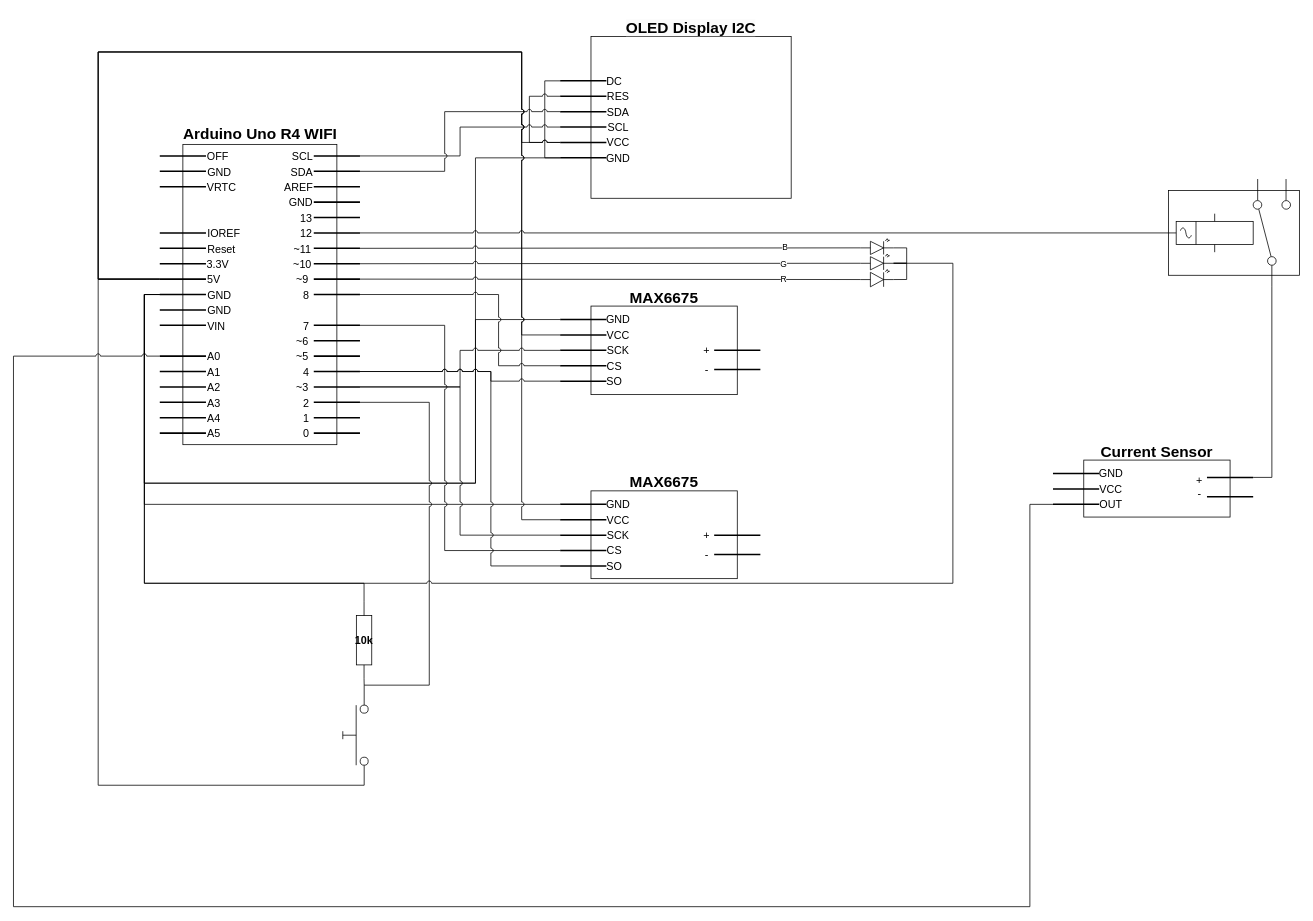
The draw.io diagram HaySteamerCircuitDiagram.drawio in RoadRunner-2/HaySteamerTemperatureControl, before the edit. Source tidied: cells renumbered, new cells numbered last; positions are measured from the earlier drawing's top-left corner, leaving out a move shared by most shapes. Both pictures are drawn from the tidied source at 77%, with x=0, y=0 at pixel (13, 13).
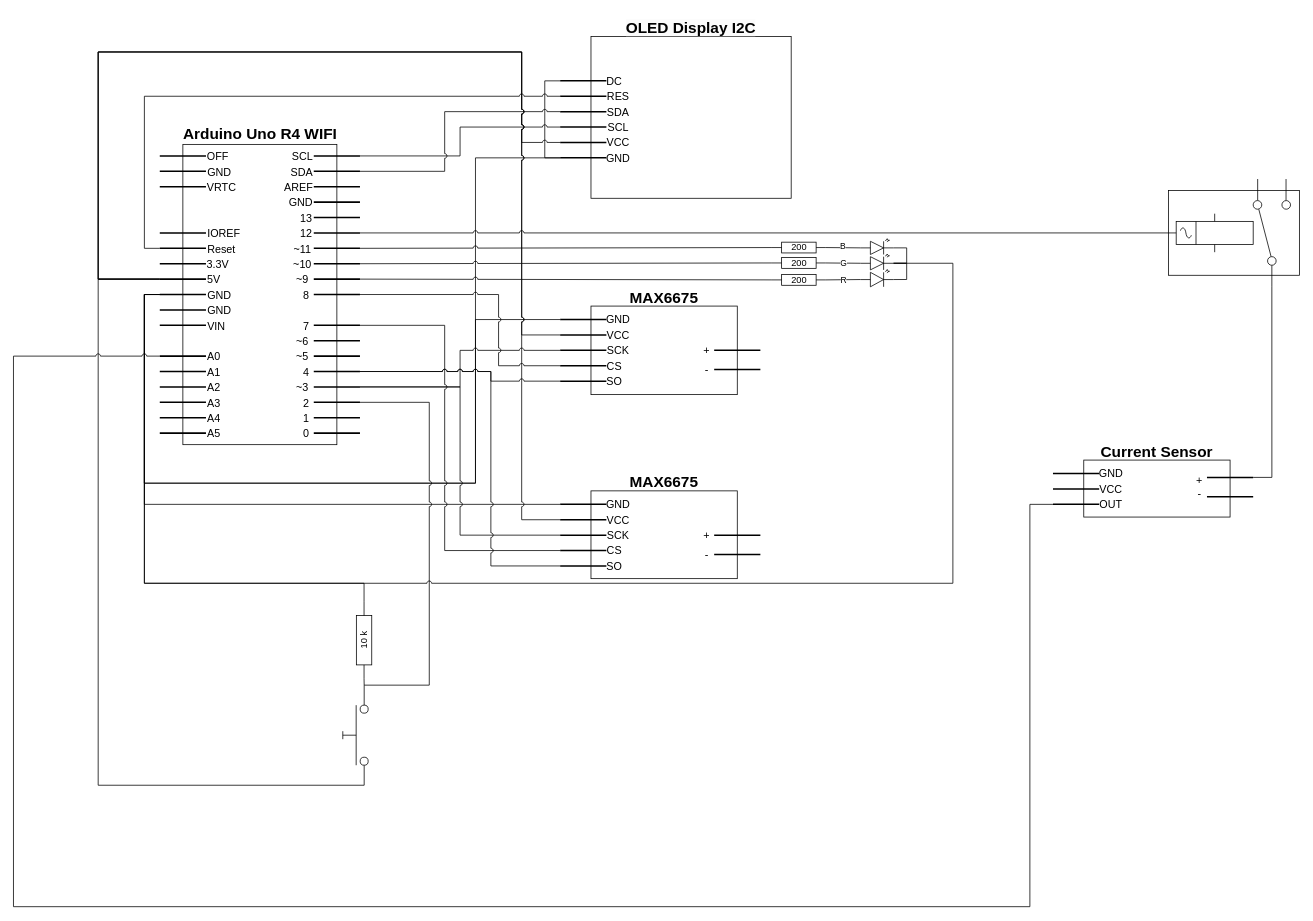
The same diagram, later.

Commit message:
add resistors for rgb led

The change refers to these unchanged cells:
```xml
<mxCell id="16" style="line;strokeWidth=2;html=1;" parent="3" vertex="1">
  <mxGeometry y="130" width="60" height="10" as="geometry" />
</mxCell>
<mxCell id="30" style="line;strokeWidth=2;html=1;" parent="3" vertex="1">
  <mxGeometry x="200" y="170" width="60" height="10" as="geometry" />
</mxCell>
<mxCell id="31" style="line;strokeWidth=2;html=1;" parent="3" vertex="1">
  <mxGeometry x="200" y="150" width="60" height="10" as="geometry" />
</mxCell>
<mxCell id="32" style="line;strokeWidth=2;html=1;" parent="3" vertex="1">
  <mxGeometry x="200" y="130" width="60" height="10" as="geometry" />
</mxCell>
<mxCell id="91" style="group;" parent="1" vertex="1">
  <mxGeometry x="710" width="300" height="240" as="geometry" />
</mxCell>
<mxCell id="95" style="line;strokeWidth=2;html=1;" parent="91" vertex="1">
  <mxGeometry y="162.5" width="60" height="10" as="geometry" />
</mxCell>
<mxCell id="97" style="line;strokeWidth=2;html=1;" parent="91" vertex="1">
  <mxGeometry y="102.5" width="60" height="10" as="geometry" />
</mxCell>
<mxCell id="146" style="verticalLabelPosition=bottom;shadow=0;dashed=0;align=center;html=1;verticalAlign=top;shape=mxgraph.electrical.opto_electronics.led_2;" parent="1" vertex="1">
  <mxGeometry x="1100" y="313" width="42.9" height="20" as="geometry" />
</mxCell>
<mxCell id="147" style="verticalLabelPosition=bottom;shadow=0;dashed=0;align=center;html=1;verticalAlign=top;shape=mxgraph.electrical.opto_electronics.led_2;" parent="1" vertex="1">
  <mxGeometry x="1100" y="333" width="42.9" height="22" as="geometry" />
</mxCell>
<mxCell id="148" style="verticalLabelPosition=bottom;shadow=0;dashed=0;align=center;html=1;verticalAlign=top;shape=mxgraph.electrical.opto_electronics.led_2;" parent="1" vertex="1">
  <mxGeometry x="1100" y="293" width="42.9" height="20" as="geometry" />
</mxCell>
```

What changed in the source:
```diff
@@
-    <mxCell id="107" style="edgeStyle=orthogonalEdgeStyle;rounded=0;jettySize=auto;html=1;exitX=0;exitY=0.5;exitDx=0;exitDy=0;exitPerimeter=0;entryX=0;entryY=0.5;entryDx=0;entryDy=0;entryPerimeter=0;endArrow=none;endFill=0;jumpStyle=arc;jumpSize=6;" parent="91" edge="1" source="97" target="95">
-      <mxGeometry relative="1" as="geometry">
-        <Array as="points">
-          <mxPoint x="-40" y="108" />
-          <mxPoint x="-40" y="168" />
-        </Array>
-      </mxGeometry>
-    </mxCell>
@@
-    <mxCell id="137" style="verticalLabelPosition=bottom;shadow=0;dashed=0;align=center;html=1;verticalAlign=top;shape=mxgraph.electrical.resistors.resistor_1;direction=north;" parent="1" vertex="1">
+    <mxCell id="137" value="10 k" style="verticalLabelPosition=middle;shadow=0;dashed=0;align=center;html=1;verticalAlign=middle;shape=mxgraph.electrical.resistors.resistor_1;direction=north;labelPosition=center;horizontal=0;" parent="1" vertex="1">
       <mxGeometry x="445.3" y="764" width="20" height="100" as="geometry" />
     </mxCell>
-    <mxCell id="138" value="&lt;font style=&quot;font-size: 14px;&quot;&gt;10k&lt;/font&gt;" style="text;strokeColor=none;fillColor=none;html=1;fontSize=24;fontStyle=1;verticalAlign=middle;align=center;direction=north;" parent="1" vertex="1">
-      <mxGeometry x="443" y="791.7" width="24.7" height="40" as="geometry" />
-    </mxCell>
@@
-    <mxCell id="152" style="edgeStyle=orthogonalEdgeStyle;rounded=0;jettySize=auto;html=1;exitX=0;exitY=0.57;exitDx=0;exitDy=0;exitPerimeter=0;entryX=1;entryY=0.5;entryDx=0;entryDy=0;entryPerimeter=0;endArrow=none;endFill=0;jumpStyle=arc;jumpSize=6;" parent="1" edge="1" source="148" target="32">
-      <mxGeometry relative="1" as="geometry" />
-    </mxCell>
-    <mxCell id="153" value="B" style="edgeLabel;html=1;align=center;verticalAlign=middle;" parent="152" vertex="1">
-      <mxGeometry x="-0.67" y="-1" relative="1" as="geometry">
-        <mxPoint x="8" as="offset" />
-      </mxGeometry>
-    </mxCell>
-    <mxCell id="154" style="edgeStyle=orthogonalEdgeStyle;rounded=0;jettySize=auto;html=1;exitX=0;exitY=0.57;exitDx=0;exitDy=0;exitPerimeter=0;entryX=1;entryY=0.5;entryDx=0;entryDy=0;entryPerimeter=0;endArrow=none;endFill=0;jumpStyle=arc;jumpSize=6;" parent="1" edge="1" source="146" target="31">
-      <mxGeometry relative="1" as="geometry" />
-    </mxCell>
-    <mxCell id="155" value="G" style="edgeLabel;html=1;align=center;verticalAlign=middle;" parent="154" vertex="1">
-      <mxGeometry x="-0.66" y="1" relative="1" as="geometry">
-        <mxPoint x="10" as="offset" />
-      </mxGeometry>
-    </mxCell>
-    <mxCell id="156" style="edgeStyle=orthogonalEdgeStyle;rounded=0;jettySize=auto;html=1;exitX=0;exitY=0.57;exitDx=0;exitDy=0;exitPerimeter=0;entryX=1;entryY=0.5;entryDx=0;entryDy=0;entryPerimeter=0;endArrow=none;endFill=0;jumpStyle=arc;jumpSize=6;" parent="1" edge="1" source="147" target="30">
-      <mxGeometry relative="1" as="geometry" />
-    </mxCell>
-    <mxCell id="157" value="R" style="edgeLabel;html=1;align=center;verticalAlign=middle;" parent="156" vertex="1">
-      <mxGeometry x="-0.66" y="1" relative="1" as="geometry">
-        <mxPoint x="11" y="-2" as="offset" />
-      </mxGeometry>
-    </mxCell>
@@
+    <mxCell id="178" style="edgeStyle=orthogonalEdgeStyle;rounded=0;jettySize=auto;html=1;exitX=0;exitY=0.5;exitDx=0;exitDy=0;exitPerimeter=0;entryX=0;entryY=0.5;entryDx=0;entryDy=0;entryPerimeter=0;endArrow=none;endFill=0;jumpStyle=arc;" parent="1" edge="1" source="97" target="16">
+      <mxGeometry relative="1" as="geometry" />
+    </mxCell>
+    <mxCell id="179" value="200" style="verticalLabelPosition=middle;shadow=0;dashed=0;align=center;html=1;verticalAlign=middle;shape=mxgraph.electrical.resistors.resistor_1;labelPosition=center;" parent="1" vertex="1">
+      <mxGeometry x="985" y="297" width="70" height="14" as="geometry" />
+    </mxCell>
+    <mxCell id="180" value="200" style="verticalLabelPosition=middle;shadow=0;dashed=0;align=center;html=1;verticalAlign=middle;shape=mxgraph.electrical.resistors.resistor_1;labelPosition=center;" parent="1" vertex="1">
+      <mxGeometry x="985" y="317" width="70" height="14" as="geometry" />
+    </mxCell>
+    <mxCell id="181" value="200" style="verticalLabelPosition=middle;shadow=0;dashed=0;align=center;html=1;verticalAlign=middle;shape=mxgraph.electrical.resistors.resistor_1;labelPosition=center;" parent="1" vertex="1">
+      <mxGeometry x="985" y="339" width="70" height="14" as="geometry" />
+    </mxCell>
+    <mxCell id="182" style="edgeStyle=orthogonalEdgeStyle;rounded=0;jettySize=auto;html=1;exitX=1;exitY=0.5;exitDx=0;exitDy=0;exitPerimeter=0;entryX=0;entryY=0.57;entryDx=0;entryDy=0;entryPerimeter=0;endArrow=none;endFill=0;jumpStyle=arc;labelPosition=center;verticalLabelPosition=top;align=center;verticalAlign=bottom;" parent="1" edge="1" source="181" target="147">
+      <mxGeometry relative="1" as="geometry" />
+    </mxCell>
+    <mxCell id="157" value="R" style="edgeLabel;html=1;align=center;verticalAlign=middle;" parent="182" vertex="1">
+      <mxGeometry x="0.01" relative="1" as="geometry" />
+    </mxCell>
+    <mxCell id="183" style="edgeStyle=orthogonalEdgeStyle;rounded=0;jettySize=auto;html=1;exitX=1;exitY=0.5;exitDx=0;exitDy=0;exitPerimeter=0;entryX=0;entryY=0.57;entryDx=0;entryDy=0;entryPerimeter=0;endArrow=none;endFill=0;jumpStyle=arc;labelPosition=center;verticalLabelPosition=bottom;align=center;verticalAlign=top;" parent="1" edge="1" source="180" target="146">
+      <mxGeometry relative="1" as="geometry" />
+    </mxCell>
+    <mxCell id="155" value="G" style="edgeLabel;html=1;align=center;verticalAlign=middle;" parent="183" vertex="1">
+      <mxGeometry x="0.03" relative="1" as="geometry" />
+    </mxCell>
+    <mxCell id="184" style="edgeStyle=orthogonalEdgeStyle;rounded=0;jettySize=auto;html=1;exitX=1;exitY=0.5;exitDx=0;exitDy=0;exitPerimeter=0;entryX=0;entryY=0.57;entryDx=0;entryDy=0;entryPerimeter=0;endArrow=none;endFill=0;jumpStyle=arc;labelPosition=center;verticalLabelPosition=top;align=center;verticalAlign=bottom;" parent="1" edge="1" source="179" target="148">
+      <mxGeometry relative="1" as="geometry" />
+    </mxCell>
+    <mxCell id="153" value="B" style="edgeLabel;html=1;align=center;verticalAlign=middle;" parent="184" vertex="1">
+      <mxGeometry x="-0.01" y="1" relative="1" as="geometry">
+        <mxPoint x="-1" y="-1" as="offset" />
+      </mxGeometry>
+    </mxCell>
+    <mxCell id="185" style="edgeStyle=orthogonalEdgeStyle;rounded=0;jettySize=auto;html=1;exitX=0;exitY=0.5;exitDx=0;exitDy=0;exitPerimeter=0;entryX=1;entryY=0.5;entryDx=0;entryDy=0;entryPerimeter=0;endArrow=none;endFill=0;jumpStyle=arc;" parent="1" edge="1" source="181" target="30">
+      <mxGeometry relative="1" as="geometry" />
+    </mxCell>
+    <mxCell id="186" style="edgeStyle=orthogonalEdgeStyle;rounded=0;jettySize=auto;html=1;exitX=0;exitY=0.5;exitDx=0;exitDy=0;exitPerimeter=0;entryX=1;entryY=0.5;entryDx=0;entryDy=0;entryPerimeter=0;endArrow=none;endFill=0;jumpStyle=arc;" parent="1" edge="1" source="180" target="31">
+      <mxGeometry relative="1" as="geometry" />
+    </mxCell>
+    <mxCell id="187" style="edgeStyle=orthogonalEdgeStyle;rounded=0;jettySize=auto;html=1;exitX=0;exitY=0.5;exitDx=0;exitDy=0;exitPerimeter=0;entryX=1;entryY=0.5;entryDx=0;entryDy=0;entryPerimeter=0;endArrow=none;endFill=0;jumpStyle=arc;" parent="1" edge="1" source="179" target="32">
+      <mxGeometry relative="1" as="geometry" />
+    </mxCell>
```
